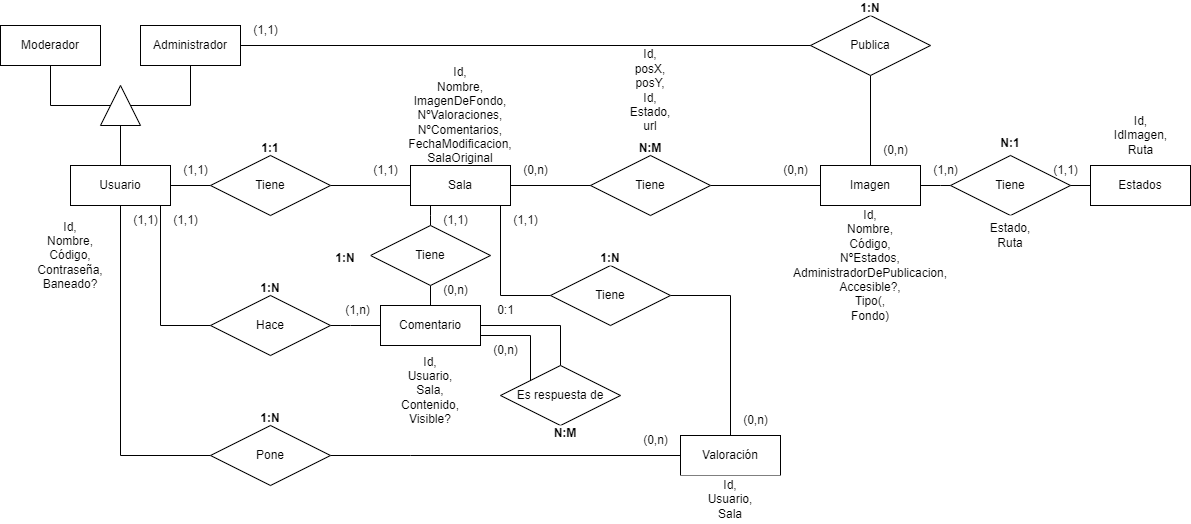
Before: docs/Diagrama proyecto final.drawio.png, a diagram exported from draw.io (Javier-Coronel/RoomEdit). Source tidied: cells renumbered, new cells last; positions are measured from the earlier drawing's top-left corner, leaving out a move shared by most shapes. Source of this version:
```xml
<mxGraphModel>
  <root>
    <mxCell id="0" />
    <mxCell id="1" parent="0" />
    <mxCell id="2" style="edgeStyle=orthogonalEdgeStyle;rounded=0;jettySize=auto;html=1;endArrow=none;endFill=0;startArrow=none;" parent="1" edge="1" source="32" target="25">
      <mxGeometry relative="1" as="geometry" />
    </mxCell>
    <mxCell id="3" style="edgeStyle=orthogonalEdgeStyle;rounded=0;jettySize=auto;html=1;endArrow=none;endFill=0;" parent="1" edge="1" source="38" target="27">
      <mxGeometry relative="1" as="geometry" />
    </mxCell>
    <mxCell id="4" value="&lt;b&gt;1:1&lt;/b&gt;" style="whiteSpace=wrap;html=1;align=center;strokeColor=none;" parent="1" vertex="1">
      <mxGeometry x="245" y="140" width="50" height="15" as="geometry" />
    </mxCell>
    <mxCell id="5" value="&lt;b&gt;N:M&lt;/b&gt;" style="whiteSpace=wrap;html=1;align=center;strokeColor=none;" parent="1" vertex="1">
      <mxGeometry x="627" y="140" width="46" height="15" as="geometry" />
    </mxCell>
    <mxCell id="6" value="Id,&lt;br&gt;Nombre,&lt;br&gt;Código,&lt;br&gt;Contraseña,&lt;br&gt;Baneado?" style="whiteSpace=wrap;html=1;align=center;strokeColor=none;" parent="1" vertex="1">
      <mxGeometry x="20" y="205" width="100" height="100" as="geometry" />
    </mxCell>
    <mxCell id="7" value="Id,&lt;br&gt;Nombre,&lt;br&gt;ImagenDeFondo,&lt;br&gt;NºValoraciones,&lt;br&gt;NºComentarios,&lt;br&gt;FechaModificacion,&lt;br&gt;SalaOriginal" style="whiteSpace=wrap;html=1;align=center;strokeColor=none;" parent="1" vertex="1">
      <mxGeometry x="410" y="65" width="100" height="100" as="geometry" />
    </mxCell>
    <mxCell id="8" value="Id,&lt;br&gt;Nombre,&lt;br&gt;Código,&lt;br&gt;NºEstados,&lt;br&gt;AdministradorDePublicacion,&lt;br&gt;Accesible?,&lt;br&gt;Tipo(,&lt;br&gt;Fondo)" style="whiteSpace=wrap;html=1;align=center;strokeColor=none;" parent="1" vertex="1">
      <mxGeometry x="780" y="205" width="180" height="120" as="geometry" />
    </mxCell>
    <mxCell id="9" style="edgeStyle=orthogonalEdgeStyle;rounded=0;jettySize=auto;html=1;endArrow=none;endFill=0;" parent="1" edge="1" source="66" target="27">
      <mxGeometry relative="1" as="geometry" />
    </mxCell>
    <mxCell id="10" value="Administrador" style="whiteSpace=wrap;html=1;align=center;" parent="1" vertex="1">
      <mxGeometry x="140" y="25" width="100" height="40" as="geometry" />
    </mxCell>
    <mxCell id="11" value="Moderador" style="whiteSpace=wrap;html=1;align=center;" parent="1" vertex="1">
      <mxGeometry y="25" width="100" height="40" as="geometry" />
    </mxCell>
    <mxCell id="12" value="Valoración" style="whiteSpace=wrap;html=1;align=center;" parent="1" vertex="1">
      <mxGeometry x="680" y="435" width="100" height="40" as="geometry" />
    </mxCell>
    <mxCell id="13" value="Id,&lt;br&gt;Usuario,&lt;br&gt;Sala,&lt;br&gt;Contenido,&lt;br&gt;Visible?" style="whiteSpace=wrap;html=1;align=center;strokeColor=none;" parent="1" vertex="1">
      <mxGeometry x="380" y="345" width="100" height="90" as="geometry" />
    </mxCell>
    <mxCell id="14" value="Id,&lt;br&gt;Usuario,&lt;br&gt;Sala" style="whiteSpace=wrap;html=1;align=center;strokeColor=none;" parent="1" vertex="1">
      <mxGeometry x="680" y="475" width="100" height="48" as="geometry" />
    </mxCell>
    <mxCell id="15" value="&lt;b&gt;1:N&lt;/b&gt;" style="whiteSpace=wrap;html=1;align=center;strokeColor=none;" parent="1" vertex="1">
      <mxGeometry x="245" y="410" width="50" height="15" as="geometry" />
    </mxCell>
    <mxCell id="16" value="&lt;b&gt;1:N&lt;/b&gt;" style="whiteSpace=wrap;html=1;align=center;strokeColor=none;" parent="1" vertex="1">
      <mxGeometry x="245" y="280" width="50" height="15" as="geometry" />
    </mxCell>
    <mxCell id="17" style="edgeStyle=orthogonalEdgeStyle;rounded=0;jettySize=auto;html=1;endArrow=none;endFill=0;" parent="1" edge="1" source="52" target="22">
      <mxGeometry relative="1" as="geometry">
        <Array as="points">
          <mxPoint x="430" y="235" />
          <mxPoint x="430" y="235" />
        </Array>
      </mxGeometry>
    </mxCell>
    <mxCell id="18" style="edgeStyle=orthogonalEdgeStyle;rounded=0;jettySize=auto;html=1;endArrow=none;endFill=0;" parent="1" edge="1" source="12" target="42">
      <mxGeometry relative="1" as="geometry">
        <Array as="points">
          <mxPoint x="730" y="295" />
        </Array>
      </mxGeometry>
    </mxCell>
    <mxCell id="19" style="edgeStyle=orthogonalEdgeStyle;rounded=0;jettySize=auto;html=1;endArrow=none;endFill=0;startArrow=none;" parent="1" edge="1" source="34" target="22">
      <mxGeometry relative="1" as="geometry">
        <Array as="points">
          <mxPoint x="350" y="325" />
          <mxPoint x="350" y="325" />
        </Array>
      </mxGeometry>
    </mxCell>
    <mxCell id="20" style="edgeStyle=orthogonalEdgeStyle;rounded=0;jettySize=auto;html=1;endArrow=none;endFill=0;startArrow=none;" parent="1" edge="1" source="36" target="12">
      <mxGeometry relative="1" as="geometry">
        <Array as="points">
          <mxPoint x="410" y="455" />
          <mxPoint x="410" y="455" />
        </Array>
      </mxGeometry>
    </mxCell>
    <mxCell id="21" style="edgeStyle=orthogonalEdgeStyle;rounded=0;jettySize=auto;html=1;endArrow=none;endFill=0;" parent="1" edge="1" source="22" target="72">
      <mxGeometry relative="1" as="geometry" />
    </mxCell>
    <mxCell id="22" value="Comentario" style="whiteSpace=wrap;html=1;align=center;" parent="1" vertex="1">
      <mxGeometry x="380" y="305" width="100" height="40" as="geometry" />
    </mxCell>
    <mxCell id="23" value="Usuario" style="whiteSpace=wrap;html=1;align=center;" parent="1" vertex="1">
      <mxGeometry x="70" y="165" width="100" height="40" as="geometry" />
    </mxCell>
    <mxCell id="24" style="edgeStyle=orthogonalEdgeStyle;rounded=0;jettySize=auto;html=1;endArrow=none;endFill=0;" parent="1" edge="1" source="25" target="42">
      <mxGeometry relative="1" as="geometry">
        <Array as="points">
          <mxPoint x="500" y="295" />
        </Array>
      </mxGeometry>
    </mxCell>
    <mxCell id="25" value="Sala" style="whiteSpace=wrap;html=1;align=center;" parent="1" vertex="1">
      <mxGeometry x="410" y="165" width="100" height="40" as="geometry" />
    </mxCell>
    <mxCell id="26" style="edgeStyle=orthogonalEdgeStyle;rounded=0;jettySize=auto;html=1;endArrow=none;endFill=0;" parent="1" edge="1" source="41" target="28">
      <mxGeometry relative="1" as="geometry" />
    </mxCell>
    <mxCell id="27" value="Imagen" style="whiteSpace=wrap;html=1;align=center;" parent="1" vertex="1">
      <mxGeometry x="820" y="165" width="100" height="40" as="geometry" />
    </mxCell>
    <mxCell id="28" value="Estados" style="whiteSpace=wrap;html=1;align=center;" parent="1" vertex="1">
      <mxGeometry x="1090" y="165" width="100" height="40" as="geometry" />
    </mxCell>
    <mxCell id="29" value="&lt;b&gt;N:1&lt;/b&gt;" style="whiteSpace=wrap;html=1;align=center;strokeColor=none;" parent="1" vertex="1">
      <mxGeometry x="1000" y="135" width="20" height="15" as="geometry" />
    </mxCell>
    <mxCell id="30" value="Id,&lt;br&gt;IdImagen,&lt;br&gt;Ruta" style="text;html=1;align=center;verticalAlign=middle;strokeColor=none;fillColor=none;" parent="1" vertex="1">
      <mxGeometry x="1100" y="105" width="80" height="60" as="geometry" />
    </mxCell>
    <mxCell id="31" style="edgeStyle=orthogonalEdgeStyle;rounded=0;jettySize=auto;html=1;endArrow=none;endFill=0;" parent="1" edge="1" source="23" target="32">
      <mxGeometry relative="1" as="geometry">
        <Array as="points">
          <mxPoint x="230" y="185" />
          <mxPoint x="230" y="185" />
        </Array>
      </mxGeometry>
    </mxCell>
    <mxCell id="32" value="Tiene" style="shape=rhombus;perimeter=rhombusPerimeter;whiteSpace=wrap;html=1;align=center;" parent="1" vertex="1">
      <mxGeometry x="210" y="155" width="120" height="60" as="geometry" />
    </mxCell>
    <mxCell id="33" style="edgeStyle=orthogonalEdgeStyle;rounded=0;jettySize=auto;html=1;endArrow=none;endFill=0;" parent="1" edge="1" source="23" target="34">
      <mxGeometry relative="1" as="geometry">
        <Array as="points">
          <mxPoint x="160" y="325" />
        </Array>
      </mxGeometry>
    </mxCell>
    <mxCell id="34" value="Hace" style="shape=rhombus;perimeter=rhombusPerimeter;whiteSpace=wrap;html=1;align=center;" parent="1" vertex="1">
      <mxGeometry x="210" y="295" width="120" height="60" as="geometry" />
    </mxCell>
    <mxCell id="35" style="edgeStyle=orthogonalEdgeStyle;rounded=0;jettySize=auto;html=1;endArrow=none;endFill=0;" parent="1" edge="1" source="23" target="36">
      <mxGeometry relative="1" as="geometry">
        <Array as="points">
          <mxPoint x="120" y="455" />
        </Array>
      </mxGeometry>
    </mxCell>
    <mxCell id="36" value="Pone" style="shape=rhombus;perimeter=rhombusPerimeter;whiteSpace=wrap;html=1;align=center;" parent="1" vertex="1">
      <mxGeometry x="210" y="425" width="120" height="60" as="geometry" />
    </mxCell>
    <mxCell id="37" style="edgeStyle=orthogonalEdgeStyle;rounded=0;jettySize=auto;html=1;endArrow=none;endFill=0;" parent="1" edge="1" source="25" target="38">
      <mxGeometry relative="1" as="geometry" />
    </mxCell>
    <mxCell id="38" value="Tiene" style="shape=rhombus;perimeter=rhombusPerimeter;whiteSpace=wrap;html=1;align=center;" parent="1" vertex="1">
      <mxGeometry x="590" y="155" width="120" height="60" as="geometry" />
    </mxCell>
    <mxCell id="39" value="Id,&lt;br&gt;posX,&lt;br&gt;posY,&lt;br&gt;Id,&lt;br&gt;Estado,&lt;br&gt;url&lt;br&gt;" style="whiteSpace=wrap;html=1;align=center;strokeColor=none;" parent="1" vertex="1">
      <mxGeometry x="600" y="40.5" width="100" height="99.5" as="geometry" />
    </mxCell>
    <mxCell id="40" style="edgeStyle=orthogonalEdgeStyle;rounded=0;jettySize=auto;html=1;endArrow=none;endFill=0;" parent="1" edge="1" source="27" target="41">
      <mxGeometry relative="1" as="geometry">
        <Array as="points">
          <mxPoint x="940" y="185" />
          <mxPoint x="940" y="185" />
        </Array>
      </mxGeometry>
    </mxCell>
    <mxCell id="41" value="Tiene" style="shape=rhombus;perimeter=rhombusPerimeter;whiteSpace=wrap;html=1;align=center;" parent="1" vertex="1">
      <mxGeometry x="950" y="155" width="120" height="60" as="geometry" />
    </mxCell>
    <mxCell id="42" value="Tiene" style="shape=rhombus;perimeter=rhombusPerimeter;whiteSpace=wrap;html=1;align=center;" parent="1" vertex="1">
      <mxGeometry x="550" y="265" width="120" height="60" as="geometry" />
    </mxCell>
    <mxCell id="43" value="(1,1)" style="text;html=1;align=center;verticalAlign=middle;strokeColor=none;fillColor=none;" parent="1" vertex="1">
      <mxGeometry x="360" y="155" width="50" height="30" as="geometry" />
    </mxCell>
    <mxCell id="44" value="(1,1)" style="text;html=1;align=center;verticalAlign=middle;strokeColor=none;fillColor=none;" parent="1" vertex="1">
      <mxGeometry x="170" y="155" width="50" height="30" as="geometry" />
    </mxCell>
    <mxCell id="45" value="(1,1)" style="text;html=1;align=center;verticalAlign=middle;strokeColor=none;fillColor=none;" parent="1" vertex="1">
      <mxGeometry x="160" y="205" width="50" height="30" as="geometry" />
    </mxCell>
    <mxCell id="46" value="(1,1)" style="text;html=1;align=center;verticalAlign=middle;strokeColor=none;fillColor=none;" parent="1" vertex="1">
      <mxGeometry x="120" y="205" width="50" height="30" as="geometry" />
    </mxCell>
    <mxCell id="47" value="(1,1)" style="text;html=1;align=center;verticalAlign=middle;strokeColor=none;fillColor=none;" parent="1" vertex="1">
      <mxGeometry x="500" y="205" width="50" height="30" as="geometry" />
    </mxCell>
    <mxCell id="48" value="(1,1)" style="text;html=1;align=center;verticalAlign=middle;strokeColor=none;fillColor=none;" parent="1" vertex="1">
      <mxGeometry x="1040" y="155" width="50" height="30" as="geometry" />
    </mxCell>
    <mxCell id="49" value="(0,n)" style="text;html=1;align=center;verticalAlign=middle;strokeColor=none;fillColor=none;" parent="1" vertex="1">
      <mxGeometry x="510" y="155" width="50" height="30" as="geometry" />
    </mxCell>
    <mxCell id="50" value="(0,n)" style="text;html=1;align=center;verticalAlign=middle;strokeColor=none;fillColor=none;" parent="1" vertex="1">
      <mxGeometry x="770" y="155" width="50" height="30" as="geometry" />
    </mxCell>
    <mxCell id="51" style="edgeStyle=orthogonalEdgeStyle;rounded=0;jettySize=auto;html=1;endArrow=none;endFill=0;" parent="1" edge="1" source="25" target="52">
      <mxGeometry relative="1" as="geometry">
        <Array as="points">
          <mxPoint x="430" y="215" />
          <mxPoint x="430" y="215" />
        </Array>
      </mxGeometry>
    </mxCell>
    <mxCell id="52" value="Tiene" style="shape=rhombus;perimeter=rhombusPerimeter;whiteSpace=wrap;html=1;align=center;" parent="1" vertex="1">
      <mxGeometry x="370" y="225" width="120" height="60" as="geometry" />
    </mxCell>
    <mxCell id="53" value="(1,n)" style="text;html=1;align=center;verticalAlign=middle;strokeColor=none;fillColor=none;" parent="1" vertex="1">
      <mxGeometry x="920" y="155" width="50" height="30" as="geometry" />
    </mxCell>
    <mxCell id="54" value="(0,n)" style="text;html=1;align=center;verticalAlign=middle;strokeColor=none;fillColor=none;" parent="1" vertex="1">
      <mxGeometry x="630" y="425" width="50" height="30" as="geometry" />
    </mxCell>
    <mxCell id="55" value="(0,n)" style="text;html=1;align=center;verticalAlign=middle;strokeColor=none;fillColor=none;" parent="1" vertex="1">
      <mxGeometry x="730" y="405" width="50" height="30" as="geometry" />
    </mxCell>
    <mxCell id="56" value="(0,n)" style="text;html=1;align=center;verticalAlign=middle;strokeColor=none;fillColor=none;" parent="1" vertex="1">
      <mxGeometry x="430" y="275" width="50" height="30" as="geometry" />
    </mxCell>
    <mxCell id="57" value="(1,1)" style="text;html=1;align=center;verticalAlign=middle;strokeColor=none;fillColor=none;" parent="1" vertex="1">
      <mxGeometry x="430" y="205" width="50" height="30" as="geometry" />
    </mxCell>
    <mxCell id="58" value="(1,n)" style="text;html=1;align=center;verticalAlign=middle;strokeColor=none;fillColor=none;" parent="1" vertex="1">
      <mxGeometry x="332" y="295" width="50" height="30" as="geometry" />
    </mxCell>
    <mxCell id="59" value="&lt;b&gt;1:N&lt;/b&gt;" style="whiteSpace=wrap;html=1;align=center;strokeColor=none;" parent="1" vertex="1">
      <mxGeometry x="585" y="250" width="50" height="15" as="geometry" />
    </mxCell>
    <mxCell id="60" value="&lt;b&gt;1:N&lt;/b&gt;" style="whiteSpace=wrap;html=1;align=center;strokeColor=none;" parent="1" vertex="1">
      <mxGeometry x="320" y="250" width="50" height="15" as="geometry" />
    </mxCell>
    <mxCell id="61" style="rounded=0;jettySize=auto;html=1;endArrow=none;endFill=0;edgeStyle=orthogonalEdgeStyle;" parent="1" edge="1" source="63" target="10">
      <mxGeometry relative="1" as="geometry">
        <Array as="points">
          <mxPoint x="190" y="105" />
        </Array>
      </mxGeometry>
    </mxCell>
    <mxCell id="62" style="edgeStyle=orthogonalEdgeStyle;rounded=0;jettySize=auto;html=1;endArrow=none;endFill=0;" parent="1" edge="1" source="63" target="11">
      <mxGeometry relative="1" as="geometry">
        <Array as="points">
          <mxPoint x="50" y="105" />
        </Array>
      </mxGeometry>
    </mxCell>
    <mxCell id="63" style="triangle;whiteSpace=wrap;html=1;rotation=-90;" parent="1" vertex="1">
      <mxGeometry x="100" y="85" width="40" height="40" as="geometry" />
    </mxCell>
    <mxCell id="64" style="edgeStyle=orthogonalEdgeStyle;rounded=0;jettySize=auto;html=1;endArrow=none;endFill=0;startArrow=none;" parent="1" edge="1" source="23" target="63">
      <mxGeometry relative="1" as="geometry" />
    </mxCell>
    <mxCell id="65" style="edgeStyle=orthogonalEdgeStyle;rounded=0;jettySize=auto;html=1;endArrow=none;endFill=0;" parent="1" edge="1" source="10" target="66">
      <mxGeometry relative="1" as="geometry" />
    </mxCell>
    <mxCell id="66" value="Publica" style="shape=rhombus;perimeter=rhombusPerimeter;whiteSpace=wrap;html=1;align=center;" parent="1" vertex="1">
      <mxGeometry x="810" y="15" width="120" height="60" as="geometry" />
    </mxCell>
    <mxCell id="67" value="&lt;b&gt;1:N&lt;/b&gt;" style="whiteSpace=wrap;html=1;align=center;strokeColor=none;" parent="1" vertex="1">
      <mxGeometry x="855" width="30" height="15" as="geometry" />
    </mxCell>
    <mxCell id="68" value="(1,1)" style="text;html=1;align=center;verticalAlign=middle;strokeColor=none;fillColor=none;" parent="1" vertex="1">
      <mxGeometry x="240" y="15" width="50" height="30" as="geometry" />
    </mxCell>
    <mxCell id="69" value="(0,n)" style="text;html=1;align=center;verticalAlign=middle;strokeColor=none;fillColor=none;" parent="1" vertex="1">
      <mxGeometry x="870" y="135" width="50" height="30" as="geometry" />
    </mxCell>
    <mxCell id="70" value="Estado,&lt;br style=&quot;border-color: var(--border-color);&quot;&gt;Ruta" style="whiteSpace=wrap;html=1;align=center;strokeColor=none;" parent="1" vertex="1">
      <mxGeometry x="960" y="215" width="100" height="40" as="geometry" />
    </mxCell>
    <mxCell id="71" style="edgeStyle=orthogonalEdgeStyle;rounded=0;jettySize=auto;html=1;endArrow=none;endFill=0;" parent="1" edge="1" source="72" target="22">
      <mxGeometry relative="1" as="geometry">
        <Array as="points">
          <mxPoint x="530" y="335" />
        </Array>
      </mxGeometry>
    </mxCell>
    <mxCell id="72" value="Es respuesta de" style="shape=rhombus;perimeter=rhombusPerimeter;whiteSpace=wrap;html=1;align=center;" parent="1" vertex="1">
      <mxGeometry x="500" y="365" width="120" height="60" as="geometry" />
    </mxCell>
    <mxCell id="73" value="&lt;b&gt;N:M&lt;/b&gt;" style="whiteSpace=wrap;html=1;align=center;strokeColor=none;" parent="1" vertex="1">
      <mxGeometry x="540" y="425" width="50" height="15" as="geometry" />
    </mxCell>
    <mxCell id="74" value="0:1" style="text;html=1;align=center;verticalAlign=middle;strokeColor=none;fillColor=none;" parent="1" vertex="1">
      <mxGeometry x="485" y="295" width="40" height="30" as="geometry" />
    </mxCell>
    <mxCell id="75" value="(0,n)" style="text;html=1;align=center;verticalAlign=middle;strokeColor=none;fillColor=none;" parent="1" vertex="1">
      <mxGeometry x="480" y="335" width="50" height="30" as="geometry" />
    </mxCell>
  </root>
</mxGraphModel>
```
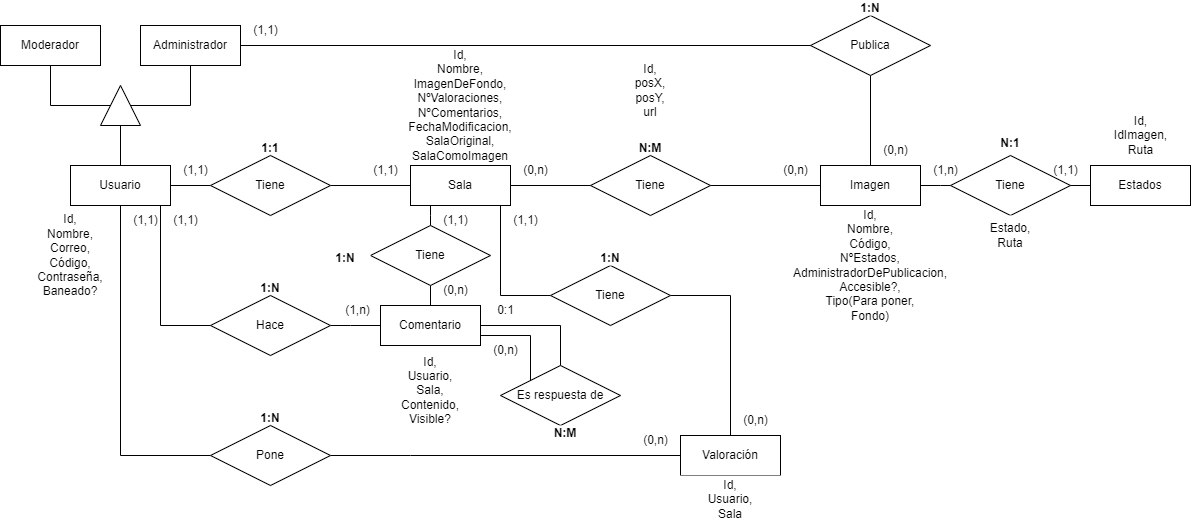
Above is the later version.

Change to the diagram source:
```diff
@@ -14,13 +14,13 @@
     <mxCell id="5" value="&lt;b&gt;N:M&lt;/b&gt;" style="whiteSpace=wrap;html=1;align=center;strokeColor=none;" parent="1" vertex="1">
       <mxGeometry x="627" y="140" width="46" height="15" as="geometry" />
     </mxCell>
-    <mxCell id="6" value="Id,&lt;br&gt;Nombre,&lt;br&gt;Código,&lt;br&gt;Contraseña,&lt;br&gt;Baneado?" style="whiteSpace=wrap;html=1;align=center;strokeColor=none;" parent="1" vertex="1">
+    <mxCell id="6" value="Id,&lt;br&gt;Nombre,&lt;br&gt;Correo,&lt;br&gt;Código,&lt;br&gt;Contraseña,&lt;br&gt;Baneado?" style="whiteSpace=wrap;html=1;align=center;strokeColor=none;" parent="1" vertex="1">
       <mxGeometry x="20" y="205" width="100" height="100" as="geometry" />
     </mxCell>
-    <mxCell id="7" value="Id,&lt;br&gt;Nombre,&lt;br&gt;ImagenDeFondo,&lt;br&gt;NºValoraciones,&lt;br&gt;NºComentarios,&lt;br&gt;FechaModificacion,&lt;br&gt;SalaOriginal" style="whiteSpace=wrap;html=1;align=center;strokeColor=none;" parent="1" vertex="1">
-      <mxGeometry x="410" y="65" width="100" height="100" as="geometry" />
+    <mxCell id="7" value="Id,&lt;br&gt;Nombre,&lt;br&gt;ImagenDeFondo,&lt;br&gt;NºValoraciones,&lt;br&gt;NºComentarios,&lt;br&gt;FechaModificacion,&lt;br&gt;SalaOriginal,&lt;br&gt;SalaComoImagen" style="whiteSpace=wrap;html=1;align=center;strokeColor=none;" parent="1" vertex="1">
+      <mxGeometry x="410" y="45" width="100" height="120" as="geometry" />
     </mxCell>
-    <mxCell id="8" value="Id,&lt;br&gt;Nombre,&lt;br&gt;Código,&lt;br&gt;NºEstados,&lt;br&gt;AdministradorDePublicacion,&lt;br&gt;Accesible?,&lt;br&gt;Tipo(,&lt;br&gt;Fondo)" style="whiteSpace=wrap;html=1;align=center;strokeColor=none;" parent="1" vertex="1">
+    <mxCell id="8" value="Id,&lt;br&gt;Nombre,&lt;br&gt;Código,&lt;br&gt;NºEstados,&lt;br&gt;AdministradorDePublicacion,&lt;br&gt;Accesible?,&lt;br&gt;Tipo(Para poner,&lt;br&gt;Fondo)" style="whiteSpace=wrap;html=1;align=center;strokeColor=none;" parent="1" vertex="1">
       <mxGeometry x="780" y="205" width="180" height="120" as="geometry" />
     </mxCell>
     <mxCell id="9" style="edgeStyle=orthogonalEdgeStyle;rounded=0;jettySize=auto;html=1;endArrow=none;endFill=0;" parent="1" edge="1" source="66" target="27">
@@ -149,7 +149,7 @@
     <mxCell id="38" value="Tiene" style="shape=rhombus;perimeter=rhombusPerimeter;whiteSpace=wrap;html=1;align=center;" parent="1" vertex="1">
       <mxGeometry x="590" y="155" width="120" height="60" as="geometry" />
     </mxCell>
-    <mxCell id="39" value="Id,&lt;br&gt;posX,&lt;br&gt;posY,&lt;br&gt;Id,&lt;br&gt;Estado,&lt;br&gt;url&lt;br&gt;" style="whiteSpace=wrap;html=1;align=center;strokeColor=none;" parent="1" vertex="1">
+    <mxCell id="39" value="Id,&lt;br&gt;posX,&lt;br&gt;posY,&lt;br&gt;url" style="whiteSpace=wrap;html=1;align=center;strokeColor=none;" parent="1" vertex="1">
       <mxGeometry x="600" y="40.5" width="100" height="99.5" as="geometry" />
     </mxCell>
     <mxCell id="40" style="edgeStyle=orthogonalEdgeStyle;rounded=0;jettySize=auto;html=1;endArrow=none;endFill=0;" parent="1" edge="1" source="27" target="41">
```
